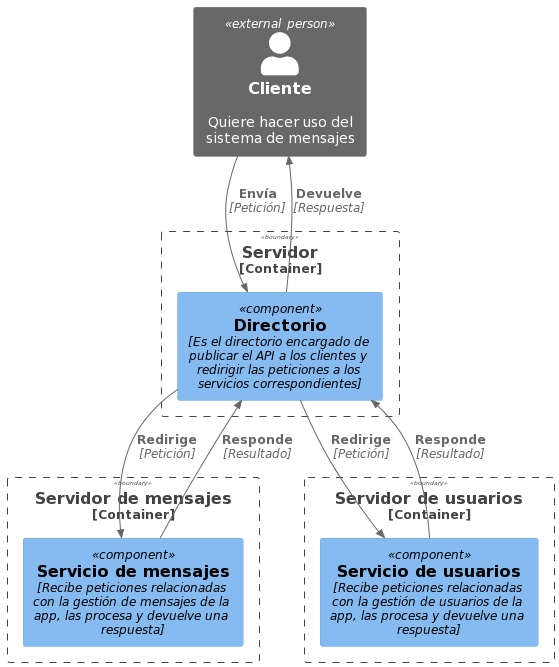
UDC-FIC-AS/practica-final-davidgsalvado keeps this PlantUML diagram as presentación/Documentacion/contenedor.png. Above is the earlier version.
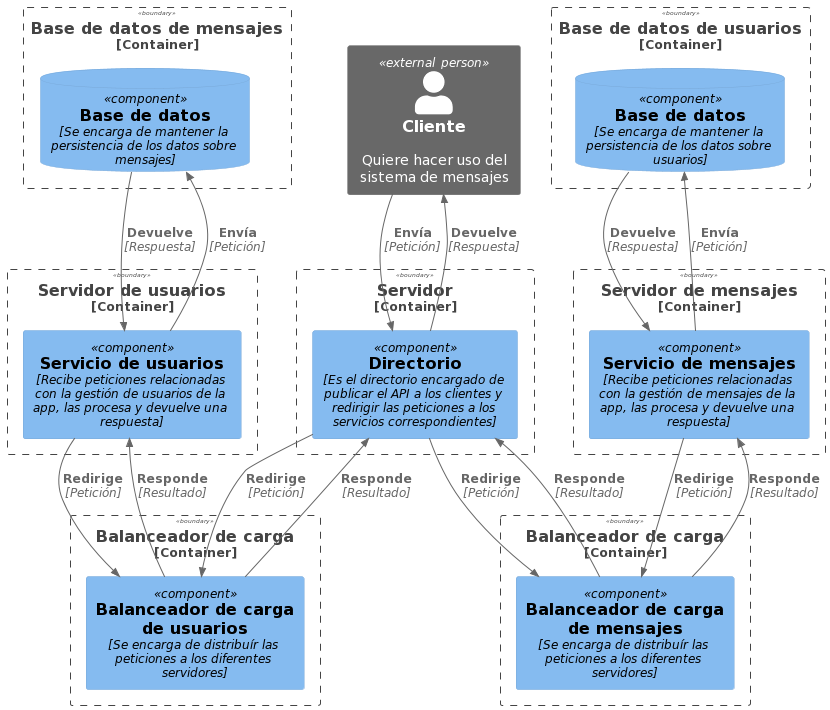
Later version of the same file.

Commit message:
diagramas corregidos sin nivel 4

What changed in the source:
```diff
@@ -5,15 +5,52 @@
 
 Container_Boundary(servidor, "Servidor") {
     Component(directorio, "Directorio", "Es el directorio encargado de publicar el API a los clientes y redirigir las peticiones a los servicios correspondientes")
+
+
+}
+
+Container_Boundary(bd1, "Base de datos de usuarios") {
+ ComponentDb(user_db, "Base de datos", "Se encarga de mantener la persistencia de los datos sobre usuarios")
+
+
+}
+
+Container_Boundary(bd2, "Base de datos de mensajes") {
+ ComponentDb(message_db, "Base de datos", "Se encarga de mantener la persistencia de los datos sobre mensajes")
+
+
+
 }
 
 Container_Boundary(servidor1, "Servidor de mensajes") {
     Component(mensajes, "Servicio de mensajes", "Recibe peticiones relacionadas con la gestión de mensajes de la app, las procesa y devuelve una respuesta")
+
 }
 
 Container_Boundary(servidor2, "Servidor de usuarios") {
     Component(usuarios, "Servicio de usuarios", "Recibe peticiones relacionadas con la gestión de usuarios de la app, las procesa y devuelve una respuesta")
+
 }
+
+
+Container_Boundary(balanceador1, "Balanceador de carga") {
+ Component(bal1, "Balanceador de carga de usuarios", "Se encarga de distribuír las peticiones a los diferentes servidores")
+
+
+}
+
+
+Container_Boundary(balanceador2, "Balanceador de carga") {
+ Component(bal2, "Balanceador de carga de mensajes", "Se encarga de distribuír las peticiones a los diferentes servidores")
+
+
+}
+
+
+
+
+
+
 
 
 
@@ -22,9 +59,29 @@
 Rel(personAlias, directorio, "Envía", "Petición")
 Rel(directorio, personAlias, "Devuelve", "Respuesta")
 
-Rel(mensajes, directorio, "Responde", "Resultado")
-Rel(directorio, mensajes, "Redirige", "Petición")
+Rel(bal2, directorio, "Responde", "Resultado")
+Rel(directorio, bal2, "Redirige", "Petición")
 
-Rel(usuarios, directorio, "Responde", "Resultado")
-Rel(directorio, usuarios, "Redirige", "Petición")
+
+
+Rel(bal1, directorio, "Responde", "Resultado")
+Rel(directorio, bal1, "Redirige", "Petición")
+
+
+
+
+
+Rel(mensajes, user_db, "Envía", "Petición")
+Rel(user_db, mensajes, "Devuelve", "Respuesta")
+
+Rel(usuarios, message_db, "Envía", "Petición")
+Rel(message_db, usuarios, "Devuelve", "Respuesta")
+
+
+
+Rel(bal1, usuarios, "Responde", "Resultado")
+Rel(usuarios, bal1, "Redirige", "Petición")
+
+Rel(bal2, mensajes, "Responde", "Resultado")
+Rel(mensajes, bal2, "Redirige", "Petición")
 @enduml
```
